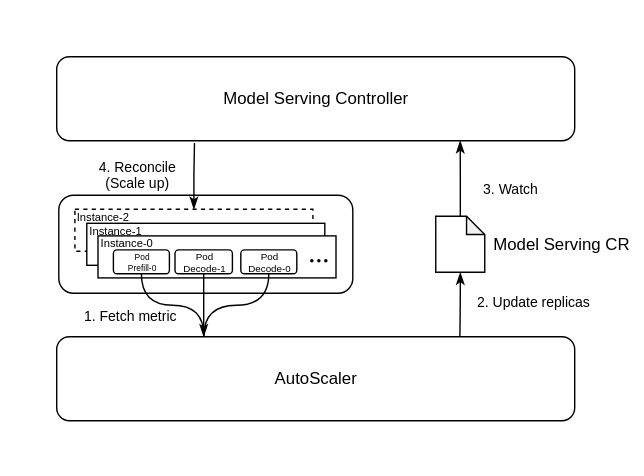
This is docs/kthena/static/img/architecture-autoscaler.svg from matrixinfer-ai/kthena, a draw.io export, as it was before one commit. Source tidied: cells renumbered, new cells last; positions are measured from the earlier drawing's top-left corner, leaving out a move shared by most shapes.
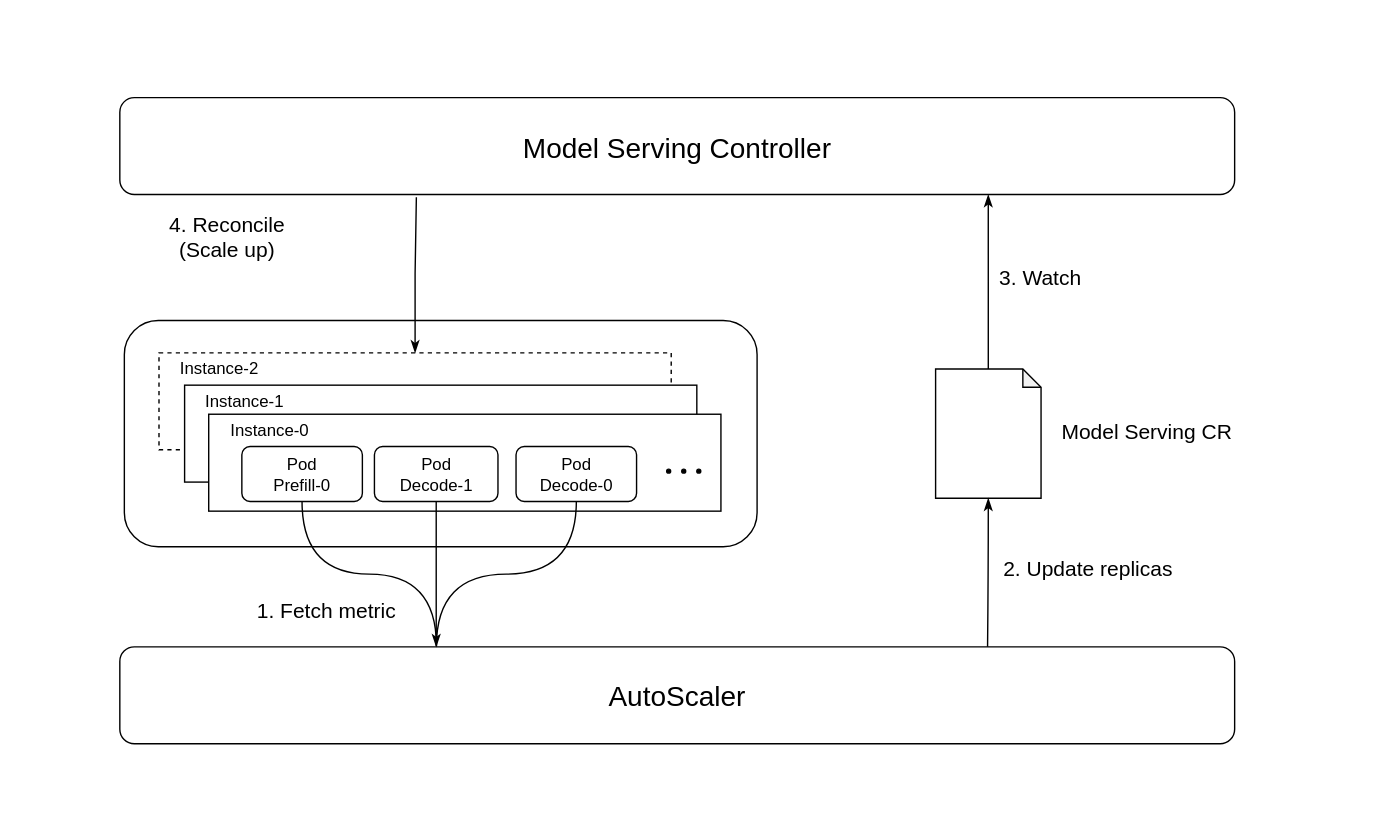
Above is the later version.

Commit message:
better styling

Diff of the diagram source:
```diff
@@ -2,96 +2,99 @@
   <root>
     <mxCell id="0" />
     <mxCell id="1" parent="0" />
+    <mxCell id="30" style="group;" parent="1" vertex="1">
+      <mxGeometry x="-20" y="-70" width="990" height="600" as="geometry" />
+    </mxCell>
-    <mxCell id="2" style="rounded=0;whiteSpace=wrap;html=1;fillColor=none;strokeColor=none;" parent="1" vertex="1">
-      <mxGeometry width="460" height="340" as="geometry" />
+    <mxCell id="2" style="rounded=0;whiteSpace=wrap;html=1;fillColor=none;strokeColor=none;" parent="30" vertex="1">
+      <mxGeometry y="20" width="970" height="560" as="geometry" />
     </mxCell>
-    <mxCell id="3" value="AutoScaler" style="rounded=1;whiteSpace=wrap;html=1;" parent="1" vertex="1">
-      <mxGeometry x="40" y="240" width="370" height="60" as="geometry" />
+    <mxCell id="3" value="AutoScaler" style="rounded=1;whiteSpace=wrap;html=1;fontSize=20;" parent="30" vertex="1">
+      <mxGeometry x="86.1" y="461.5" width="796.3" height="69.2" as="geometry" />
     </mxCell>
-    <mxCell id="4" value="&lt;div&gt;Model&amp;nbsp;&lt;span style=&quot;background-color: transparent; color: light-dark(rgb(0, 0, 0), rgb(255, 255, 255));&quot;&gt;Serving&amp;nbsp;&lt;/span&gt;&lt;span style=&quot;background-color: transparent; color: light-dark(rgb(0, 0, 0), rgb(255, 255, 255));&quot;&gt;Controller&lt;/span&gt;&lt;/div&gt;" style="rounded=1;whiteSpace=wrap;html=1;" parent="1" vertex="1">
-      <mxGeometry x="40" y="40" width="370" height="60" as="geometry" />
+    <mxCell id="4" value="&lt;div&gt;Model&amp;nbsp;&lt;span style=&quot;background-color: transparent; color: light-dark(rgb(0, 0, 0), rgb(255, 255, 255));&quot;&gt;Serving&amp;nbsp;&lt;/span&gt;&lt;span style=&quot;background-color: transparent; color: light-dark(rgb(0, 0, 0), rgb(255, 255, 255));&quot;&gt;Controller&lt;/span&gt;&lt;/div&gt;" style="rounded=1;whiteSpace=wrap;html=1;fontSize=20;" parent="30" vertex="1">
+      <mxGeometry x="86.1" y="69.2" width="796.3" height="69.2" as="geometry" />
     </mxCell>
-    <mxCell id="5" style="rounded=1;whiteSpace=wrap;html=1;" parent="1" vertex="1">
-      <mxGeometry x="41.5" y="139" width="210" height="70" as="geometry" />
+    <mxCell id="5" style="rounded=1;whiteSpace=wrap;html=1;" parent="30" vertex="1">
+      <mxGeometry x="89.3" y="228.5" width="452" height="161.5" as="geometry" />
     </mxCell>
-    <mxCell id="6" value="Inference Instance" style="rounded=0;whiteSpace=wrap;html=1;dashed=1;" parent="1" vertex="1">
-      <mxGeometry x="53" y="149" width="170" height="30" as="geometry" />
+    <mxCell id="6" value="Inference Instance" style="rounded=0;whiteSpace=wrap;html=1;dashed=1;" parent="30" vertex="1">
+      <mxGeometry x="114.1" y="251.5" width="365.9" height="69.2" as="geometry" />
     </mxCell>
-    <mxCell id="7" value="Inference Instance" style="rounded=0;whiteSpace=wrap;html=1;" parent="1" vertex="1">
-      <mxGeometry x="61.5" y="159" width="170" height="30" as="geometry" />
+    <mxCell id="7" value="Inference Instance" style="rounded=0;whiteSpace=wrap;html=1;" parent="30" vertex="1">
+      <mxGeometry x="132.4" y="274.6" width="365.9" height="69.2" as="geometry" />
     </mxCell>
-    <mxCell id="8" style="rounded=0;whiteSpace=wrap;html=1;" parent="1" vertex="1">
-      <mxGeometry x="69.5" y="168" width="170" height="30" as="geometry" />
+    <mxCell id="8" style="rounded=0;whiteSpace=wrap;html=1;" parent="30" vertex="1">
+      <mxGeometry x="149.6" y="295.4" width="365.9" height="69.2" as="geometry" />
     </mxCell>
-    <mxCell id="9" value="Instance-1" style="text;html=1;align=center;verticalAlign=middle;whiteSpace=wrap;rounded=0;fontSize=8;" parent="1" vertex="1">
-      <mxGeometry x="61.5" y="159" width="40" height="10" as="geometry" />
+    <mxCell id="9" value="Instance-1" style="text;html=1;align=center;verticalAlign=middle;whiteSpace=wrap;rounded=0;fontSize=12;" parent="30" vertex="1">
+      <mxGeometry x="132.4" y="274.6" width="86.1" height="23.1" as="geometry" />
     </mxCell>
-    <mxCell id="10" value="Instance-0" style="text;html=1;align=center;verticalAlign=middle;whiteSpace=wrap;rounded=0;fontSize=8;" parent="1" vertex="1">
-      <mxGeometry x="69.5" y="168" width="40" height="10" as="geometry" />
+    <mxCell id="10" value="Instance-0" style="text;html=1;align=center;verticalAlign=middle;whiteSpace=wrap;rounded=0;fontSize=12;" parent="30" vertex="1">
+      <mxGeometry x="149.6" y="295.4" width="86.1" height="23.1" as="geometry" />
     </mxCell>
-    <mxCell id="11" value="Pod&lt;div&gt;Prefill-0&lt;/div&gt;" style="rounded=1;whiteSpace=wrap;html=1;fontSize=6;" parent="1" vertex="1">
-      <mxGeometry x="80.5" y="178" width="40" height="17" as="geometry" />
+    <mxCell id="11" value="Pod&lt;div&gt;Prefill-0&lt;/div&gt;" style="rounded=1;whiteSpace=wrap;html=1;fontSize=12;" parent="30" vertex="1">
+      <mxGeometry x="173.2" y="318.5" width="86.1" height="39.2" as="geometry" />
     </mxCell>
-    <mxCell id="12" style="edgeStyle=orthogonalEdgeStyle;rounded=0;jettySize=auto;html=1;curved=1;endArrow=classicThin;endFill=1;" parent="1" edge="1" source="13">
+    <mxCell id="12" style="edgeStyle=orthogonalEdgeStyle;rounded=0;jettySize=auto;html=1;curved=1;endArrow=classicThin;endFill=1;" parent="30" edge="1" source="13">
       <mxGeometry relative="1" as="geometry">
-        <mxPoint x="145" y="240" as="targetPoint" />
+        <mxPoint x="312.1" y="461.5" as="targetPoint" />
         <Array as="points">
-          <mxPoint x="145" y="240" />
+          <mxPoint x="312.1" y="461.5" />
         </Array>
       </mxGeometry>
     </mxCell>
-    <mxCell id="13" value="Pod&lt;div&gt;Decode-1&lt;/div&gt;" style="rounded=1;whiteSpace=wrap;html=1;fontSize=7;" parent="1" vertex="1">
-      <mxGeometry x="124.5" y="178" width="41" height="17" as="geometry" />
+    <mxCell id="13" value="Pod&lt;div&gt;Decode-1&lt;/div&gt;" style="rounded=1;whiteSpace=wrap;html=1;fontSize=12;" parent="30" vertex="1">
+      <mxGeometry x="267.9" y="318.5" width="88.2" height="39.2" as="geometry" />
     </mxCell>
-    <mxCell id="14" value="Pod&lt;div&gt;Decode-0&lt;/div&gt;" style="rounded=1;whiteSpace=wrap;html=1;fontSize=7;" parent="1" vertex="1">
-      <mxGeometry x="171.5" y="178" width="40" height="17" as="geometry" />
+    <mxCell id="14" value="Pod&lt;div&gt;Decode-0&lt;/div&gt;" style="rounded=1;whiteSpace=wrap;html=1;fontSize=12;" parent="30" vertex="1">
+      <mxGeometry x="369.1" y="318.5" width="86.1" height="39.2" as="geometry" />
     </mxCell>
-    <mxCell id="15" style="ellipse;whiteSpace=wrap;html=1;labelBackgroundColor=none;fillColor=#000000;" parent="1" vertex="1">
-      <mxGeometry x="221.5" y="185" width="1.5" height="1.5" as="geometry" />
+    <mxCell id="15" style="ellipse;whiteSpace=wrap;html=1;labelBackgroundColor=none;fillColor=#000000;" parent="30" vertex="1">
+      <mxGeometry x="476.7" y="334.6" width="2.8" height="2.8" as="geometry" />
     </mxCell>
-    <mxCell id="16" style="ellipse;whiteSpace=wrap;html=1;labelBackgroundColor=none;fillColor=#000000;" parent="1" vertex="1">
-      <mxGeometry x="231.5" y="185" width="1.5" height="1.5" as="geometry" />
+    <mxCell id="16" style="ellipse;whiteSpace=wrap;html=1;labelBackgroundColor=none;fillColor=#000000;" parent="30" vertex="1">
+      <mxGeometry x="498.2" y="334.6" width="2.8" height="2.8" as="geometry" />
     </mxCell>
-    <mxCell id="17" style="ellipse;whiteSpace=wrap;html=1;labelBackgroundColor=none;fillColor=#000000;" parent="1" vertex="1">
-      <mxGeometry x="226.5" y="185" width="1.5" height="1.5" as="geometry" />
+    <mxCell id="17" style="ellipse;whiteSpace=wrap;html=1;labelBackgroundColor=none;fillColor=#000000;" parent="30" vertex="1">
+      <mxGeometry x="487.5" y="334.6" width="2.8" height="2.8" as="geometry" />
     </mxCell>
-    <mxCell id="18" value="Instance-2" style="text;html=1;align=center;verticalAlign=middle;whiteSpace=wrap;rounded=0;fontSize=8;" parent="1" vertex="1">
-      <mxGeometry x="53" y="149" width="40" height="10" as="geometry" />
+    <mxCell id="18" value="Instance-2" style="text;html=1;align=center;verticalAlign=middle;whiteSpace=wrap;rounded=0;fontSize=12;" parent="30" vertex="1">
+      <mxGeometry x="114.1" y="251.5" width="86.1" height="23.1" as="geometry" />
     </mxCell>
-    <mxCell id="19" style="shape=note;whiteSpace=wrap;html=1;backgroundOutline=1;darkOpacity=0.05;size=13;" parent="1" vertex="1">
-      <mxGeometry x="310.8" y="154" width="35" height="40" as="geometry" />
+    <mxCell id="19" style="shape=note;whiteSpace=wrap;html=1;backgroundOutline=1;darkOpacity=0.05;size=13;" parent="30" vertex="1">
+      <mxGeometry x="668.8" y="263.1" width="75.3" height="92.3" as="geometry" />
     </mxCell>
-    <mxCell id="20" style="edgeStyle=orthogonalEdgeStyle;rounded=0;jettySize=auto;html=1;entryX=0.284;entryY=-0.004;entryDx=0;entryDy=0;entryPerimeter=0;endArrow=none;endFill=0;curved=1;" parent="1" edge="1" source="14" target="3">
+    <mxCell id="20" style="edgeStyle=orthogonalEdgeStyle;rounded=0;jettySize=auto;html=1;entryX=0.284;entryY=-0.004;entryDx=0;entryDy=0;entryPerimeter=0;endArrow=none;endFill=0;curved=1;" parent="30" edge="1" source="14" target="3">
       <mxGeometry relative="1" as="geometry" />
     </mxCell>
-    <mxCell id="21" style="edgeStyle=orthogonalEdgeStyle;rounded=0;jettySize=auto;html=1;entryX=0.284;entryY=-0.011;entryDx=0;entryDy=0;entryPerimeter=0;endArrow=none;endFill=0;curved=1;" parent="1" edge="1" source="11" target="3">
+    <mxCell id="21" style="edgeStyle=orthogonalEdgeStyle;rounded=0;jettySize=auto;html=1;entryX=0.284;entryY=-0.011;entryDx=0;entryDy=0;entryPerimeter=0;endArrow=none;endFill=0;curved=1;" parent="30" edge="1" source="11" target="3">
       <mxGeometry relative="1" as="geometry" />
     </mxCell>
-    <mxCell id="22" value="1. Fetch metric" style="text;html=1;align=center;verticalAlign=middle;strokeColor=none;fillColor=none;fontSize=10;" parent="1" vertex="1">
-      <mxGeometry x="46.5" y="210" width="90" height="30" as="geometry" />
+    <mxCell id="22" value="1. Fetch metric" style="text;html=1;align=center;verticalAlign=middle;strokeColor=none;fillColor=none;fontSize=15;" parent="30" vertex="1">
+      <mxGeometry x="173.2" y="420" width="120" height="30" as="geometry" />
     </mxCell>
-    <mxCell id="23" style="edgeStyle=orthogonalEdgeStyle;rounded=0;jettySize=auto;html=1;endArrow=none;endFill=0;startArrow=classicThin;startFill=1;curved=1;" parent="1" edge="1" source="19">
+    <mxCell id="23" style="edgeStyle=orthogonalEdgeStyle;rounded=0;jettySize=auto;html=1;endArrow=none;endFill=0;startArrow=classicThin;startFill=1;curved=1;" parent="30" edge="1" source="19">
       <mxGeometry relative="1" as="geometry">
-        <mxPoint x="328" y="240" as="targetPoint" />
+        <mxPoint x="705.9" y="461.5" as="targetPoint" />
       </mxGeometry>
     </mxCell>
-    <mxCell id="24" value="2. Update replicas" style="text;html=1;align=center;verticalAlign=middle;strokeColor=none;fillColor=none;fontSize=10;" parent="1" vertex="1">
-      <mxGeometry x="330" y="200" width="100" height="30" as="geometry" />
+    <mxCell id="24" value="2. Update replicas" style="text;html=1;align=center;verticalAlign=middle;strokeColor=none;fillColor=none;fontSize=15;" parent="30" vertex="1">
+      <mxGeometry x="707" y="390" width="140" height="30" as="geometry" />
     </mxCell>
-    <mxCell id="25" style="edgeStyle=orthogonalEdgeStyle;rounded=0;jettySize=auto;html=1;entryX=0.779;entryY=1;entryDx=0;entryDy=0;entryPerimeter=0;endArrow=classicThin;endFill=1;" parent="1" edge="1" source="19" target="4">
+    <mxCell id="25" style="edgeStyle=orthogonalEdgeStyle;rounded=0;jettySize=auto;html=1;entryX=0.779;entryY=1;entryDx=0;entryDy=0;entryPerimeter=0;endArrow=classicThin;endFill=1;" parent="30" edge="1" source="19" target="4">
       <mxGeometry relative="1" as="geometry" />
     </mxCell>
-    <mxCell id="26" value="3. Watch&amp;nbsp;" style="text;html=1;align=center;verticalAlign=middle;strokeColor=none;fillColor=none;fontSize=10;" parent="1" vertex="1">
-      <mxGeometry x="330" y="119" width="70" height="30" as="geometry" />
+    <mxCell id="26" value="3. Watch&amp;nbsp;" style="text;html=1;align=center;verticalAlign=middle;strokeColor=none;fillColor=none;fontSize=15;" parent="30" vertex="1">
+      <mxGeometry x="700.2" y="182.3" width="90" height="30" as="geometry" />
     </mxCell>
-    <mxCell id="27" style="edgeStyle=orthogonalEdgeStyle;rounded=0;jettySize=auto;html=1;exitX=0.5;exitY=0;exitDx=0;exitDy=0;entryX=0.266;entryY=1.027;entryDx=0;entryDy=0;entryPerimeter=0;endArrow=none;endFill=0;startArrow=classicThin;startFill=1;" parent="1" edge="1" source="6" target="4">
+    <mxCell id="27" style="edgeStyle=orthogonalEdgeStyle;rounded=0;jettySize=auto;html=1;exitX=0.5;exitY=0;exitDx=0;exitDy=0;entryX=0.266;entryY=1.027;entryDx=0;entryDy=0;entryPerimeter=0;endArrow=none;endFill=0;startArrow=classicThin;startFill=1;" parent="30" edge="1" source="6" target="4">
       <mxGeometry relative="1" as="geometry" />
     </mxCell>
-    <mxCell id="28" value="4. Reconcile&lt;div&gt;(Scale up)&lt;/div&gt;" style="text;html=1;align=center;verticalAlign=middle;strokeColor=none;fillColor=none;fontSize=10;" parent="1" vertex="1">
-      <mxGeometry x="56.5" y="104" width="80" height="40" as="geometry" />
+    <mxCell id="28" value="4. Reconcile&lt;div&gt;(Scale up)&lt;/div&gt;" style="text;html=1;align=center;verticalAlign=middle;strokeColor=none;fillColor=none;fontSize=15;" parent="30" vertex="1">
+      <mxGeometry x="106.6" y="142.7" width="110" height="50" as="geometry" />
     </mxCell>
-    <mxCell id="29" value="Model Serving CR" style="text;html=1;align=center;verticalAlign=middle;strokeColor=none;fillColor=none;" parent="1" vertex="1">
-      <mxGeometry x="340" y="159" width="120" height="30" as="geometry" />
+    <mxCell id="29" value="Model Serving CR" style="text;html=1;align=center;verticalAlign=middle;strokeColor=none;fillColor=none;fontSize=15;" parent="30" vertex="1">
+      <mxGeometry x="744.1" y="291.9" width="150" height="30" as="geometry" />
     </mxCell>
   </root>
 </mxGraphModel>
```
